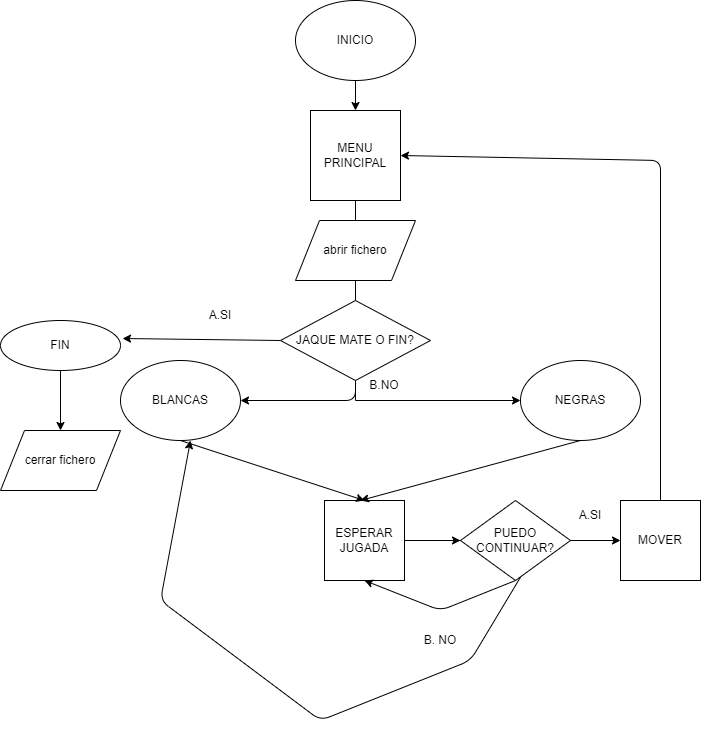
aigora/twE100_2122-defensa_siciliana keeps this draw.io diagram as Diagrama de flujo.png. Above is the earlier version. Source tidied: cells renumbered, new cells last; positions are measured from the earlier drawing's top-left corner, leaving out a move shared by most shapes.
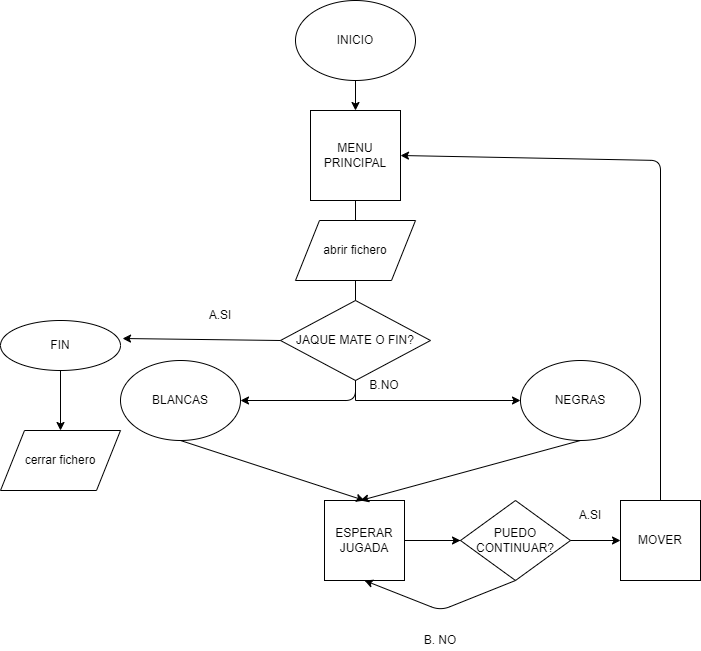
Later version of the same file.

What changed in the source:
```diff
@@ -44,16 +44,6 @@
     <mxCell id="11" value="&lt;span&gt;ESPERAR JUGADA&lt;/span&gt;&lt;br&gt;" style="whiteSpace=wrap;html=1;" parent="1" vertex="1">
       <mxGeometry x="324" y="500" width="80" height="80" as="geometry" />
     </mxCell>
-    <mxCell id="12" style="endArrow=classic;html=1;exitX=0;exitY=0.5;exitDx=0;exitDy=0;entryX=0;entryY=0.5;entryDx=0;entryDy=0;" parent="1" edge="1" source="x">
-      <mxGeometry relative="1" as="geometry">
-        <mxPoint x="190" y="440" as="targetPoint" />
-        <Array as="points">
-          <mxPoint x="470" y="660" />
-          <mxPoint x="320" y="720" />
-          <mxPoint x="160" y="600" />
-        </Array>
-      </mxGeometry>
-    </mxCell>
     <mxCell id="13" value="NEGRAS" style="ellipse;whiteSpace=wrap;html=1;" parent="1" vertex="1">
       <mxGeometry x="520" y="360" width="120" height="80" as="geometry" />
     </mxCell>
```
